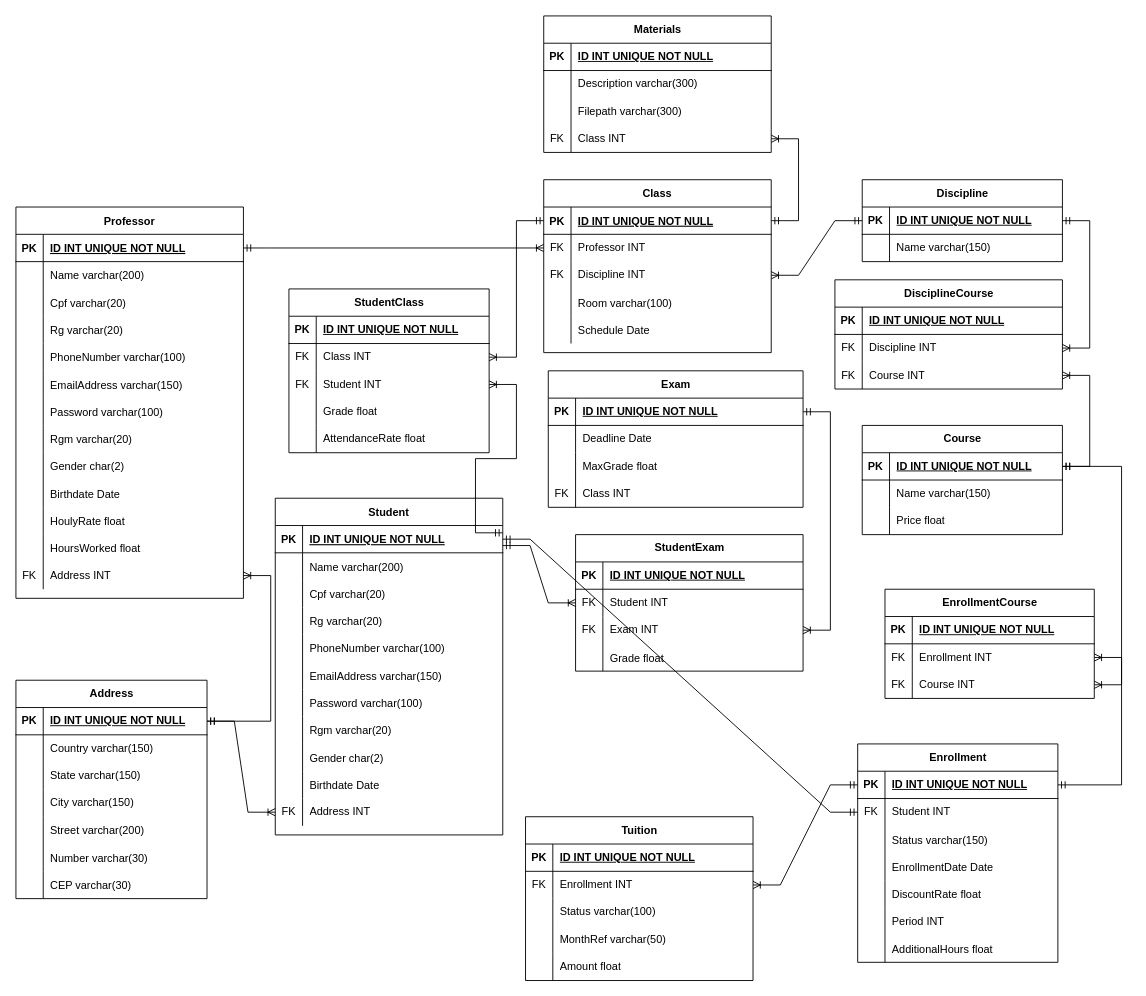
Before: Diagramas/Área do Aluno Diagrama Lógico.drawio in ViniWei/Documentos-Area-do-Aluno, a draw.io diagram. Source tidied: cells renumbered, new cells numbered last; positions are measured from the earlier drawing's top-left corner, leaving out a move shared by most shapes. Both pictures are drawn from the tidied source at 91%, with x=0, y=0 at pixel (15, 15).
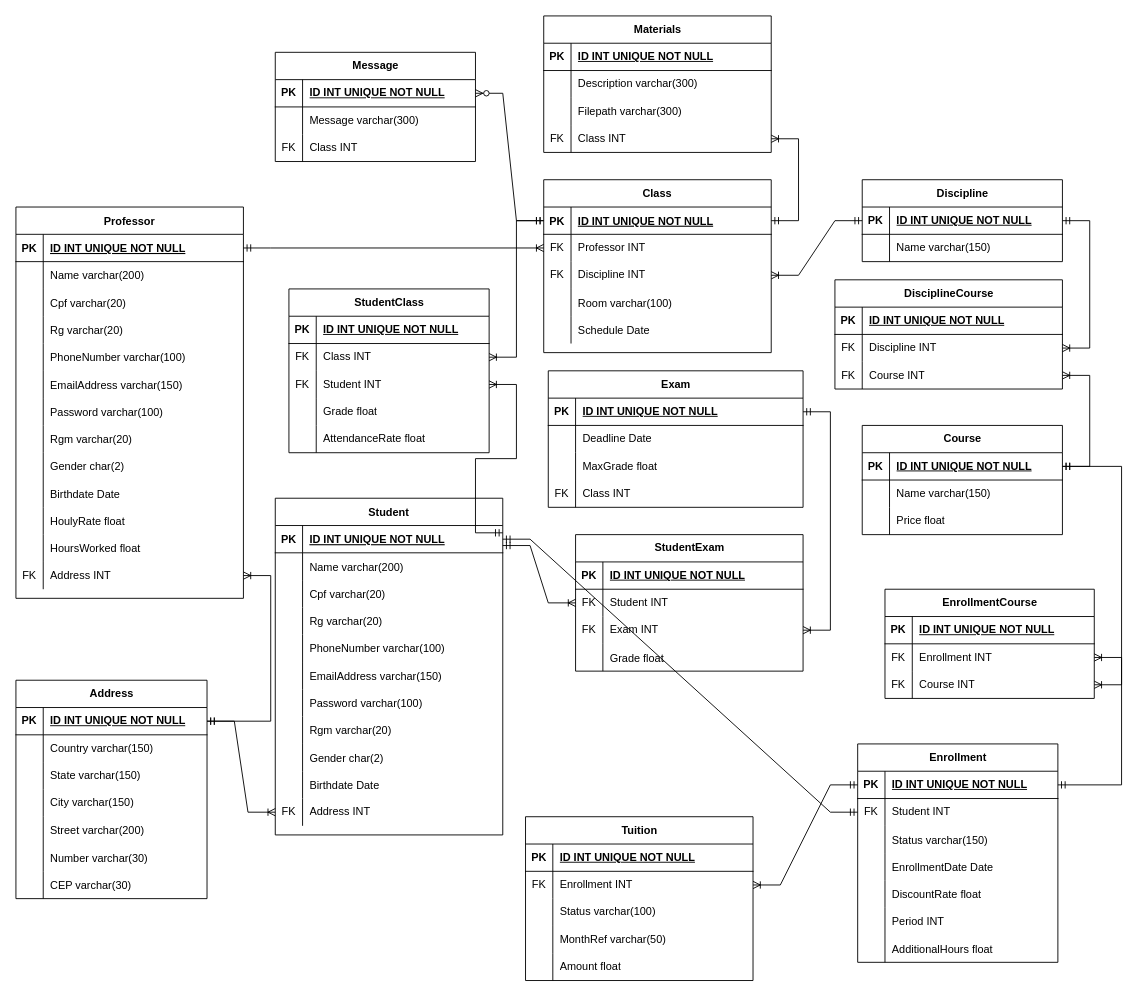
The same page after the edit.

Commit message (it also covers changes not shown here):
Atualizando diagramas com tabela "Message"

Unchanged cells that the change refers to:
```xml
<mxCell id="3" style="shape=partialRectangle;fillColor=none;points=[[0,0.5],[1,0.5]];portConstraint=eastwest;top=0;left=0;right=0;bottom=1;" parent="2" vertex="1">
  <mxGeometry y="30" width="250" height="30" as="geometry" />
</mxCell>
```

Change to the diagram source:
```diff
@@
+    <mxCell id="259" value="Message" style="shape=table;startSize=30;childLayout=tableLayout;rowLines=0;fontStyle=1;align=center;html=1;" parent="1" vertex="1">
+      <mxGeometry x="285" y="40" width="220" height="120" as="geometry" />
+    </mxCell>
+    <mxCell id="260" style="shape=tableRow;horizontal=0;startSize=0;swimlaneHead=0;swimlaneBody=0;fillColor=none;points=[[0,0.5],[1,0.5]];portConstraint=eastwest;top=0;left=0;right=0;bottom=1;" parent="259" vertex="1">
+      <mxGeometry y="30" width="220" height="30" as="geometry" />
+    </mxCell>
+    <mxCell id="261" value="PK" style="shape=partialRectangle;fillColor=none;top=0;left=0;bottom=0;right=0;fontStyle=1;overflow=hidden;whiteSpace=wrap;html=1;" parent="260" vertex="1">
+      <mxGeometry width="30" height="30" as="geometry" />
+    </mxCell>
+    <mxCell id="262" value="&lt;span style=&quot;text-wrap: nowrap;&quot;&gt;ID INT UNIQUE NOT NULL&lt;/span&gt;" style="shape=partialRectangle;fillColor=none;top=0;left=0;bottom=0;right=0;align=left;spacingLeft=6;fontStyle=5;overflow=hidden;whiteSpace=wrap;html=1;" parent="260" vertex="1">
+      <mxGeometry x="30" width="190" height="30" as="geometry" />
+    </mxCell>
+    <mxCell id="263" style="shape=tableRow;horizontal=0;startSize=0;swimlaneHead=0;swimlaneBody=0;fillColor=none;top=0;left=0;right=0;bottom=0;" parent="259" vertex="1">
+      <mxGeometry y="60" width="220" height="30" as="geometry" />
+    </mxCell>
+    <mxCell id="264" style="shape=partialRectangle;fillColor=none;top=0;left=0;bottom=0;right=0;overflow=hidden;whiteSpace=wrap;html=1;" parent="263" vertex="1">
+      <mxGeometry width="30" height="30" as="geometry" />
+    </mxCell>
+    <mxCell id="265" value="Message varchar(300)" style="shape=partialRectangle;fillColor=none;top=0;left=0;bottom=0;right=0;align=left;spacingLeft=6;overflow=hidden;whiteSpace=wrap;html=1;" parent="263" vertex="1">
+      <mxGeometry x="30" width="190" height="30" as="geometry" />
+    </mxCell>
+    <mxCell id="266" style="shape=tableRow;horizontal=0;startSize=0;swimlaneHead=0;swimlaneBody=0;fillColor=none;top=0;left=0;right=0;bottom=0;" parent="259" vertex="1">
+      <mxGeometry y="90" width="220" height="30" as="geometry" />
+    </mxCell>
+    <mxCell id="267" value="FK" style="shape=partialRectangle;fillColor=none;top=0;left=0;bottom=0;right=0;fontStyle=0;overflow=hidden;whiteSpace=wrap;html=1;" parent="266" vertex="1">
+      <mxGeometry width="30" height="30" as="geometry" />
+    </mxCell>
+    <mxCell id="268" value="Class INT" style="shape=partialRectangle;fillColor=none;top=0;left=0;bottom=0;right=0;align=left;spacingLeft=6;fontStyle=0;overflow=hidden;whiteSpace=wrap;html=1;" parent="266" vertex="1">
+      <mxGeometry x="30" width="190" height="30" as="geometry" />
+    </mxCell>
+    <mxCell id="269" style="edgeStyle=entityRelationEdgeStyle;fontSize=12;html=1;endArrow=ERzeroToMany;startArrow=ERmandOne;rounded=0;entryX=1;entryY=0.5;entryDx=0;entryDy=0;exitX=0;exitY=0.5;exitDx=0;exitDy=0;" parent="1" edge="1" source="3" target="260">
+      <mxGeometry relative="1" as="geometry" />
+    </mxCell>
```
